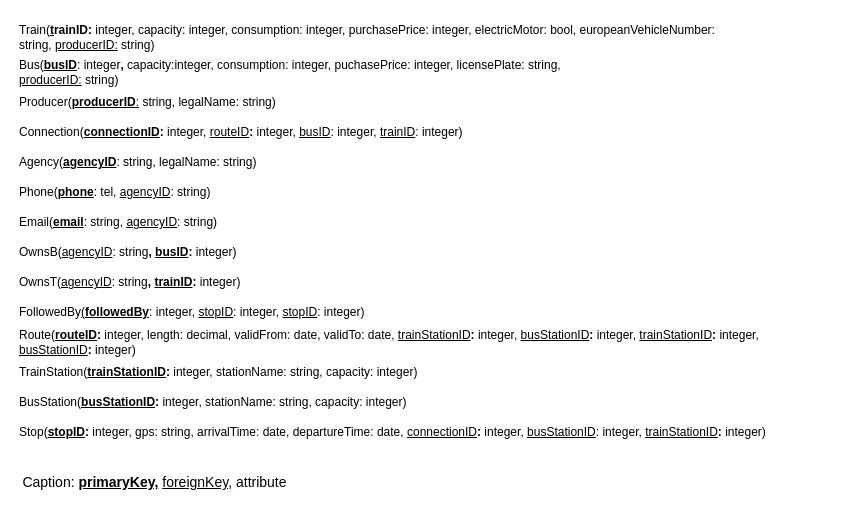
The draw.io diagram 4/model/relational.drawio in zhukovdm/T1G4, before the edit. Source tidied: cells renumbered, new cells numbered last; positions are measured from the earlier drawing's top-left corner, leaving out a move shared by most shapes. Both pictures are drawn from the tidied source at 100%, with x=0, y=0 at pixel (17, 17).
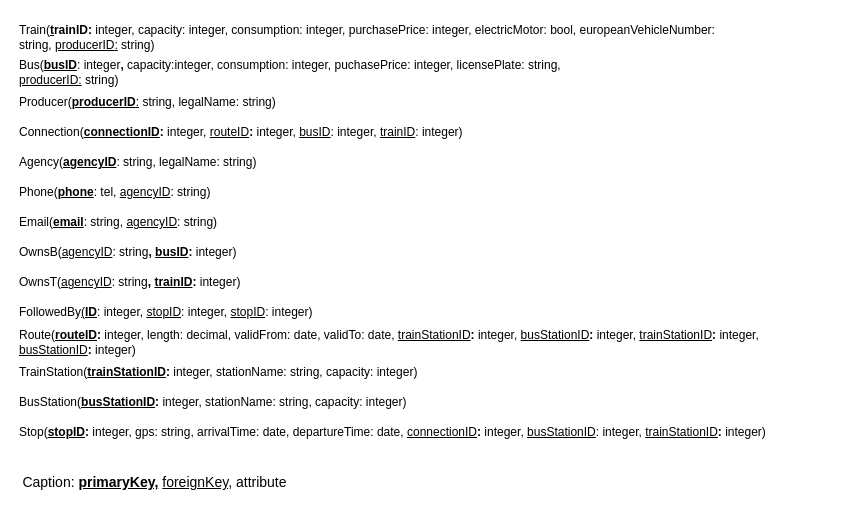
Above is the later version.

Commit message:
trying to fix phone and email 5.0

The edit, as a diff of the source:
```diff
@@
 <mxGraphModel>
   <root>
     <mxCell id="0" />
     <mxCell id="1" parent="0" />
     <mxCell id="2" value="Train(&lt;b&gt;&lt;u&gt;t&lt;/u&gt;&lt;/b&gt;&lt;b&gt;rainID:&lt;/b&gt;&amp;nbsp;integer, capacity: integer, consumption: integer, purchasePrice: integer, electricMotor: bool, europeanVehicleNumber: string, &lt;u&gt;producerID&lt;/u&gt;&lt;u&gt;:&lt;/u&gt;&amp;nbsp;string)" style="text;html=1;strokeColor=none;fillColor=none;align=left;verticalAlign=middle;whiteSpace=wrap;rounded=0;" parent="1" vertex="1">
       <mxGeometry width="700" height="40" as="geometry" />
     </mxCell>
     <mxCell id="3" value="Bus(&lt;u style=&quot;font-weight: bold&quot;&gt;busID&lt;/u&gt;: integer&lt;u style=&quot;font-weight: bold&quot;&gt;,&lt;/u&gt; capacity:integer, consumption: integer, puchasePrice: integer, licensePlate: string, &lt;u&gt;producerID:&lt;/u&gt;&amp;nbsp;string)" style="text;html=1;strokeColor=none;fillColor=none;align=left;verticalAlign=middle;whiteSpace=wrap;rounded=0;" parent="1" vertex="1">
       <mxGeometry y="40" width="550" height="30" as="geometry" />
     </mxCell>
     <mxCell id="4" value="Producer(&lt;b&gt;&lt;u&gt;producerID&lt;/u&gt;&lt;/b&gt;&lt;u&gt;:&lt;/u&gt;&amp;nbsp;string, legalName: string)" style="text;html=1;strokeColor=none;fillColor=none;align=left;verticalAlign=middle;whiteSpace=wrap;rounded=0;" parent="1" vertex="1">
       <mxGeometry y="70" width="260" height="30" as="geometry" />
     </mxCell>
     <mxCell id="5" value="Connection(&lt;b&gt;&lt;u&gt;connectionID&lt;/u&gt;&lt;/b&gt;&lt;b&gt;:&lt;/b&gt;&amp;nbsp;integer, &lt;u&gt;routeID&lt;/u&gt;&lt;b&gt;:&lt;/b&gt;&amp;nbsp;integer, &lt;u&gt;busID&lt;/u&gt;: integer,&amp;nbsp;&lt;u&gt;trainID&lt;/u&gt;: integer)" style="text;html=1;strokeColor=none;fillColor=none;align=left;verticalAlign=middle;whiteSpace=wrap;rounded=0;" parent="1" vertex="1">
       <mxGeometry y="100" width="460" height="30" as="geometry" />
     </mxCell>
     <mxCell id="6" style="edgeStyle=none;html=1;" parent="1" edge="1" target="5">
       <mxGeometry relative="1" as="geometry">
         <mxPoint x="180" y="130" as="sourcePoint" />
       </mxGeometry>
     </mxCell>
     <mxCell id="7" value="Agency(&lt;b&gt;&lt;u&gt;agencyID&lt;/u&gt;&lt;/b&gt;: string, legalName: string)" style="text;html=1;strokeColor=none;fillColor=none;align=left;verticalAlign=middle;whiteSpace=wrap;rounded=0;" parent="1" vertex="1">
       <mxGeometry y="130" width="240" height="30" as="geometry" />
     </mxCell>
     <mxCell id="8" value="Phone(&lt;b&gt;&lt;u&gt;phone&lt;/u&gt;&lt;/b&gt;: tel, &lt;u&gt;agencyID&lt;/u&gt;: string)" style="text;html=1;strokeColor=none;fillColor=none;align=left;verticalAlign=middle;whiteSpace=wrap;rounded=0;" parent="1" vertex="1">
       <mxGeometry y="160" width="200" height="30" as="geometry" />
     </mxCell>
     <mxCell id="9" value="Email(&lt;b&gt;&lt;u&gt;email&lt;/u&gt;&lt;/b&gt;: string, &lt;u&gt;agencyID&lt;/u&gt;: string)" style="text;html=1;strokeColor=none;fillColor=none;align=left;verticalAlign=middle;whiteSpace=wrap;rounded=0;" parent="1" vertex="1">
       <mxGeometry y="190" width="210" height="30" as="geometry" />
     </mxCell>
     <mxCell id="10" value="OwnsB(&lt;u&gt;agencyID&lt;/u&gt;: string&lt;b&gt;, &lt;u&gt;busID&lt;/u&gt;&lt;/b&gt;&lt;b&gt;:&lt;/b&gt;&amp;nbsp;integer)" style="text;html=1;strokeColor=none;fillColor=none;align=left;verticalAlign=middle;whiteSpace=wrap;rounded=0;" parent="1" vertex="1">
       <mxGeometry y="220" width="260" height="30" as="geometry" />
     </mxCell>
     <mxCell id="11" value="Stop(&lt;b&gt;&lt;u&gt;stopID&lt;/u&gt;&lt;/b&gt;&lt;b&gt;:&lt;/b&gt;&amp;nbsp;integer, gps: string, arrivalTime: date, departureTime: date, &lt;u&gt;connectionID&lt;/u&gt;&lt;b&gt;:&lt;/b&gt;&amp;nbsp;integer, &lt;u&gt;busStationID&lt;/u&gt;:&amp;nbsp;integer,&amp;nbsp;&lt;u&gt;trainStationID&lt;/u&gt;&lt;b&gt;:&lt;/b&gt;&amp;nbsp;integer)" style="text;html=1;strokeColor=none;fillColor=none;align=left;verticalAlign=middle;whiteSpace=wrap;rounded=0;" parent="1" vertex="1">
       <mxGeometry y="400" width="830" height="30" as="geometry" />
     </mxCell>
     <mxCell id="12" value="Route(&lt;b&gt;&lt;u&gt;routeID&lt;/u&gt;&lt;/b&gt;&lt;b&gt;:&lt;/b&gt;&amp;nbsp;integer,&amp;nbsp;length: decimal, validFrom: date, validTo: date, &lt;u&gt;trainStationID&lt;/u&gt;&lt;b&gt;:&lt;/b&gt;&amp;nbsp;integer,&amp;nbsp;&lt;u&gt;busStationID&lt;/u&gt;&lt;b&gt;:&lt;/b&gt;&amp;nbsp;integer, &lt;u&gt;trainStationID&lt;/u&gt;&lt;b&gt;:&lt;/b&gt;&amp;nbsp;integer,&amp;nbsp;&lt;u&gt;&lt;br&gt;busStationID&lt;/u&gt;&lt;b&gt;:&lt;/b&gt;&amp;nbsp;integer)" style="text;html=1;strokeColor=none;fillColor=none;align=left;verticalAlign=middle;whiteSpace=wrap;rounded=0;" parent="1" vertex="1">
       <mxGeometry y="310" width="770" height="30" as="geometry" />
     </mxCell>
     <mxCell id="13" style="edgeStyle=none;html=1;" parent="1" edge="1" source="14" target="12">
       <mxGeometry relative="1" as="geometry" />
     </mxCell>
     <mxCell id="14" value="TrainStation(&lt;b&gt;&lt;u&gt;trainStationID&lt;/u&gt;&lt;/b&gt;&lt;b&gt;:&lt;/b&gt;&amp;nbsp;integer, stationName: string, capacity: integer)&amp;nbsp;&amp;nbsp;" style="text;html=1;strokeColor=none;fillColor=none;align=left;verticalAlign=middle;whiteSpace=wrap;rounded=0;" parent="1" vertex="1">
       <mxGeometry y="340" width="410" height="30" as="geometry" />
     </mxCell>
     <mxCell id="15" value="BusStation(&lt;b&gt;&lt;u&gt;busStationID&lt;/u&gt;&lt;/b&gt;&lt;b&gt;:&lt;/b&gt;&amp;nbsp;integer, stationName: string, capacity: integer)" style="text;html=1;strokeColor=none;fillColor=none;align=left;verticalAlign=middle;whiteSpace=wrap;rounded=0;" parent="1" vertex="1">
       <mxGeometry y="370" width="390" height="30" as="geometry" />
     </mxCell>
     <mxCell id="16" value="&lt;font style=&quot;font-size: 14px&quot;&gt;Caption: &lt;b&gt;&lt;u&gt;primaryKey,&lt;/u&gt;&amp;nbsp;&lt;/b&gt;&lt;u&gt;foreignKey,&lt;/u&gt;&amp;nbsp;attribute&lt;/font&gt;" style="text;html=1;strokeColor=none;fillColor=none;align=center;verticalAlign=middle;whiteSpace=wrap;rounded=0;" parent="1" vertex="1">
       <mxGeometry y="440" width="275" height="50" as="geometry" />
     </mxCell>
-    <mxCell id="17" value="&lt;div&gt;FollowedBy&lt;u&gt;(&lt;/u&gt;&lt;b&gt;&lt;u&gt;followedBy&lt;/u&gt;&lt;/b&gt;&lt;span&gt;: integer&lt;/span&gt;,&amp;nbsp;&lt;u&gt;stopID&lt;/u&gt;: integer, &lt;u&gt;stopID&lt;/u&gt;: integer)&lt;/div&gt;" style="text;html=1;strokeColor=none;fillColor=none;align=left;verticalAlign=middle;whiteSpace=wrap;rounded=0;" parent="1" vertex="1">
+    <mxCell id="17" value="&lt;div&gt;FollowedBy&lt;u&gt;(&lt;/u&gt;&lt;b&gt;&lt;u&gt;ID&lt;/u&gt;&lt;/b&gt;&lt;span&gt;: integer&lt;/span&gt;,&amp;nbsp;&lt;u&gt;stopID&lt;/u&gt;: integer, &lt;u&gt;stopID&lt;/u&gt;: integer)&lt;/div&gt;" style="text;html=1;strokeColor=none;fillColor=none;align=left;verticalAlign=middle;whiteSpace=wrap;rounded=0;" parent="1" vertex="1">
       <mxGeometry y="280" width="400" height="30" as="geometry" />
     </mxCell>
     <mxCell id="18" value="&lt;span&gt;OwnsT(&lt;/span&gt;&lt;u&gt;agencyID&lt;/u&gt;&lt;span&gt;: string&lt;/span&gt;&lt;b&gt;,&amp;nbsp;&lt;u&gt;trainID&lt;/u&gt;&lt;/b&gt;&lt;b&gt;:&lt;/b&gt;&lt;span&gt;&amp;nbsp;integer)&lt;/span&gt;" style="text;html=1;strokeColor=none;fillColor=none;align=left;verticalAlign=middle;whiteSpace=wrap;rounded=0;" parent="1" vertex="1">
       <mxGeometry y="250" width="390" height="30" as="geometry" />
     </mxCell>
   </root>
 </mxGraphModel>
```
